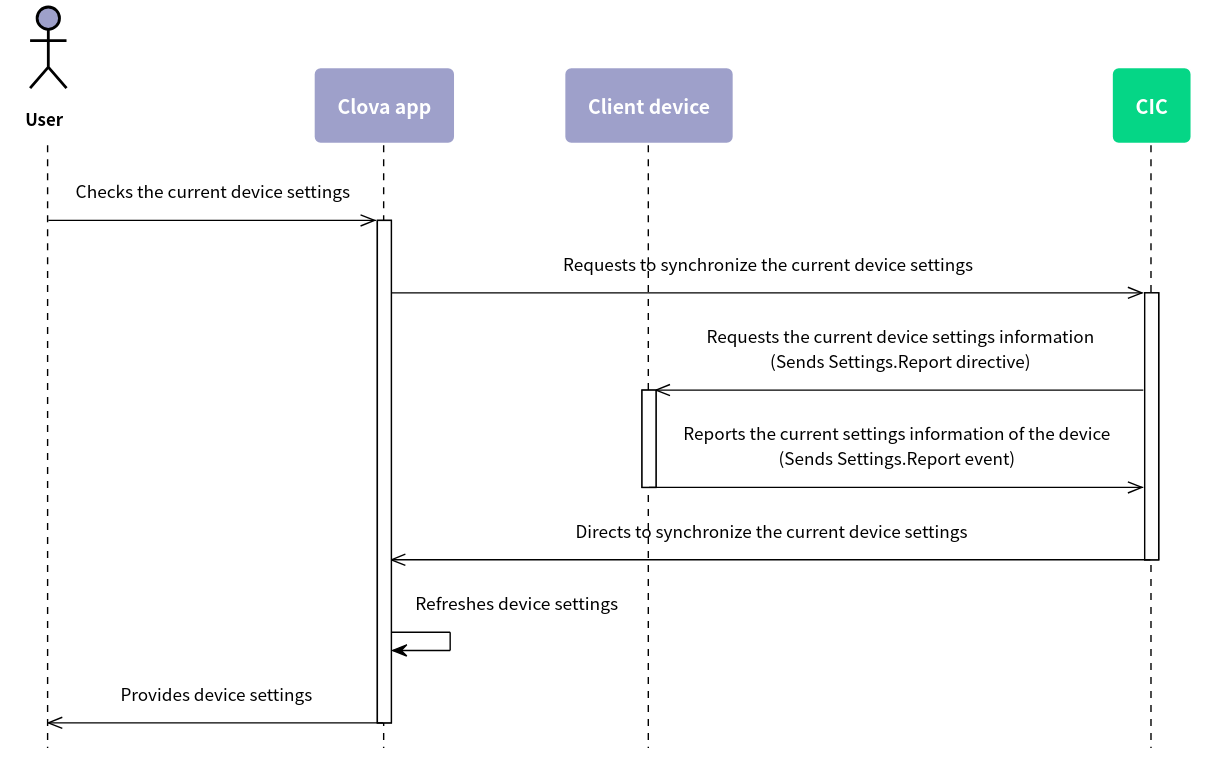
Above: en-KR/Develop/Assets/Images/CIC_Settings_Synchronize_Settings_Info.svg in muchokwon/clova-client-developer-guide (PlantUML), before the change.
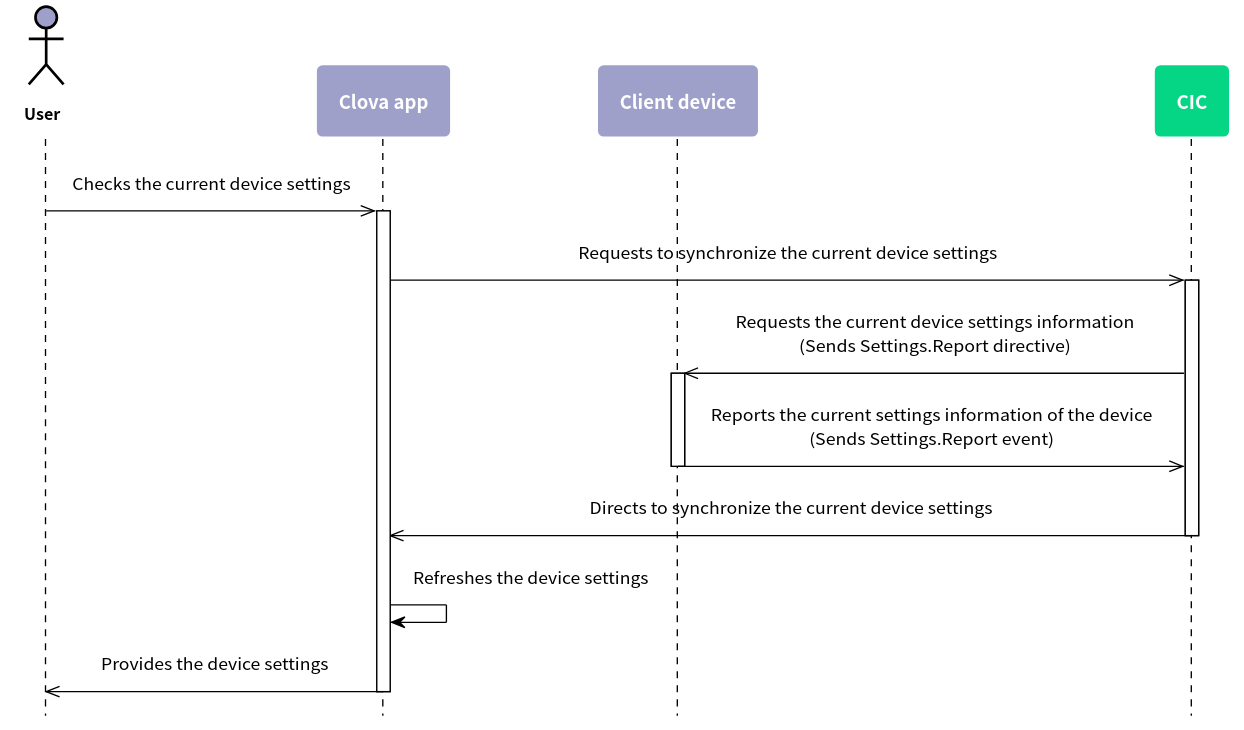
After the commit.

What changed in the source:
```diff
@@ -74,9 +74,9 @@
 
   deactivate cic
 
-  ca -> ca: Refreshes device settings
+  ca -> ca: Refreshes the device settings
 
-  ca ->> user: Provides device settings
+  ca ->> user: Provides the device settings
 
 deactivate ca
 
```
